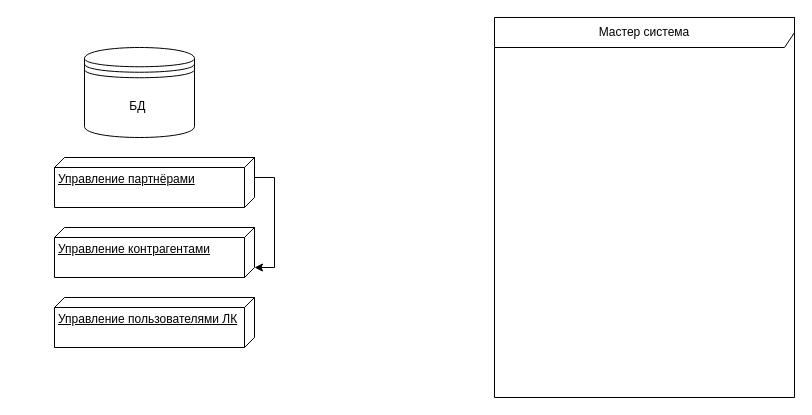
The draw.io diagram Диаграмма без названия.drawio in se-timofeev/partnerslk, before the edit. Source tidied: cells renumbered, new cells numbered last; positions are measured from the earlier drawing's top-left corner, leaving out a move shared by most shapes. Both pictures are drawn from the tidied source at 100%, with x=0, y=0 at pixel (54, 17).
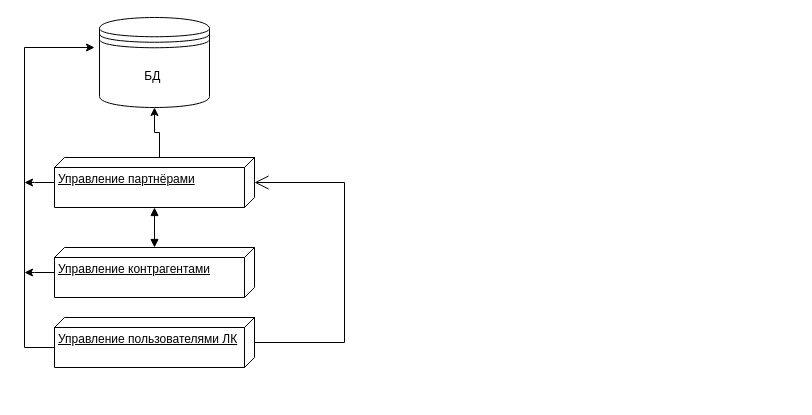
The same diagram, later.

Change to the diagram source:
```diff
@@
 <mxGraphModel>
   <root>
     <mxCell id="0" />
     <mxCell id="1" parent="0" />
-    <mxCell id="2" style="edgeStyle=orthogonalEdgeStyle;rounded=0;jettySize=auto;html=1;exitX=0;exitY=0;exitDx=20;exitDy=0;exitPerimeter=0;entryX=0;entryY=0;entryDx=40;entryDy=0;entryPerimeter=0;" parent="1" edge="1" source="3" target="4">
-      <mxGeometry relative="1" as="geometry" />
-    </mxCell>
+    <mxCell id="8" style="edgeStyle=orthogonalEdgeStyle;rounded=0;jettySize=auto;html=1;exitX=0;exitY=0;exitDx=0;exitDy=95;exitPerimeter=0;" parent="1" edge="1" source="3" target="7">
+      <mxGeometry relative="1" as="geometry" />
+    </mxCell>
+    <mxCell id="9" style="edgeStyle=orthogonalEdgeStyle;rounded=0;jettySize=auto;html=1;" parent="1" edge="1" source="3">
+      <mxGeometry relative="1" as="geometry">
+        <mxPoint x="-30" y="165" as="targetPoint" />
+      </mxGeometry>
+    </mxCell>
     <mxCell id="3" value="Управление партнёрами" style="verticalAlign=top;align=left;spacingTop=8;spacingLeft=2;spacingRight=12;shape=cube;size=10;direction=south;fontStyle=4;html=1;" parent="1" vertex="1">
       <mxGeometry y="140" width="200" height="50" as="geometry" />
     </mxCell>
+    <mxCell id="10" style="edgeStyle=orthogonalEdgeStyle;rounded=0;jettySize=auto;html=1;exitX=0;exitY=0;exitDx=30;exitDy=200;exitPerimeter=0;" parent="1" edge="1" source="5">
+      <mxGeometry relative="1" as="geometry">
+        <mxPoint x="40" y="30" as="targetPoint" />
+        <Array as="points">
+          <mxPoint x="-30" y="330" />
+          <mxPoint x="-30" y="30" />
+        </Array>
+      </mxGeometry>
+    </mxCell>
+    <mxCell id="11" style="edgeStyle=orthogonalEdgeStyle;rounded=0;jettySize=auto;html=1;" parent="1" edge="1" source="4">
+      <mxGeometry relative="1" as="geometry">
+        <mxPoint x="-30" y="255" as="targetPoint" />
+      </mxGeometry>
+    </mxCell>
     <mxCell id="4" value="Управление контрагентами" style="verticalAlign=top;align=left;spacingTop=8;spacingLeft=2;spacingRight=12;shape=cube;size=10;direction=south;fontStyle=4;html=1;" parent="1" vertex="1">
-      <mxGeometry y="210" width="200" height="50" as="geometry" />
+      <mxGeometry y="230" width="200" height="50" as="geometry" />
     </mxCell>
     <mxCell id="5" value="Управление пользователями ЛК&lt;br&gt;" style="verticalAlign=top;align=left;spacingTop=8;spacingLeft=2;spacingRight=12;shape=cube;size=10;direction=south;fontStyle=4;html=1;" parent="1" vertex="1">
-      <mxGeometry y="280" width="200" height="50" as="geometry" />
+      <mxGeometry y="300" width="200" height="50" as="geometry" />
     </mxCell>
-    <mxCell id="6" value="Мастер система" style="shape=umlFrame;whiteSpace=wrap;html=1;width=300;height=30;" parent="1" vertex="1">
-      <mxGeometry x="440" width="300" height="380" as="geometry" />
-    </mxCell>
     <mxCell id="7" value="БД&amp;nbsp;" style="shape=datastore;whiteSpace=wrap;html=1;" parent="1" vertex="1">
-      <mxGeometry x="30" y="30" width="110" height="90" as="geometry" />
+      <mxGeometry x="45" width="110" height="90" as="geometry" />
     </mxCell>
+    <mxCell id="2" style="endArrow=block;startArrow=block;endFill=1;startFill=1;html=1;rounded=0;" parent="1" edge="1" source="3" target="4">
+      <mxGeometry relative="1" as="geometry" />
+    </mxCell>
+    <mxCell id="12" style="endArrow=open;endFill=1;endSize=12;html=1;rounded=0;edgeStyle=orthogonalEdgeStyle;" parent="1" edge="1" source="5" target="3">
+      <mxGeometry relative="1" as="geometry">
+        <Array as="points">
+          <mxPoint x="290" y="325" />
+          <mxPoint x="290" y="165" />
+        </Array>
+      </mxGeometry>
+    </mxCell>
   </root>
 </mxGraphModel>
```
